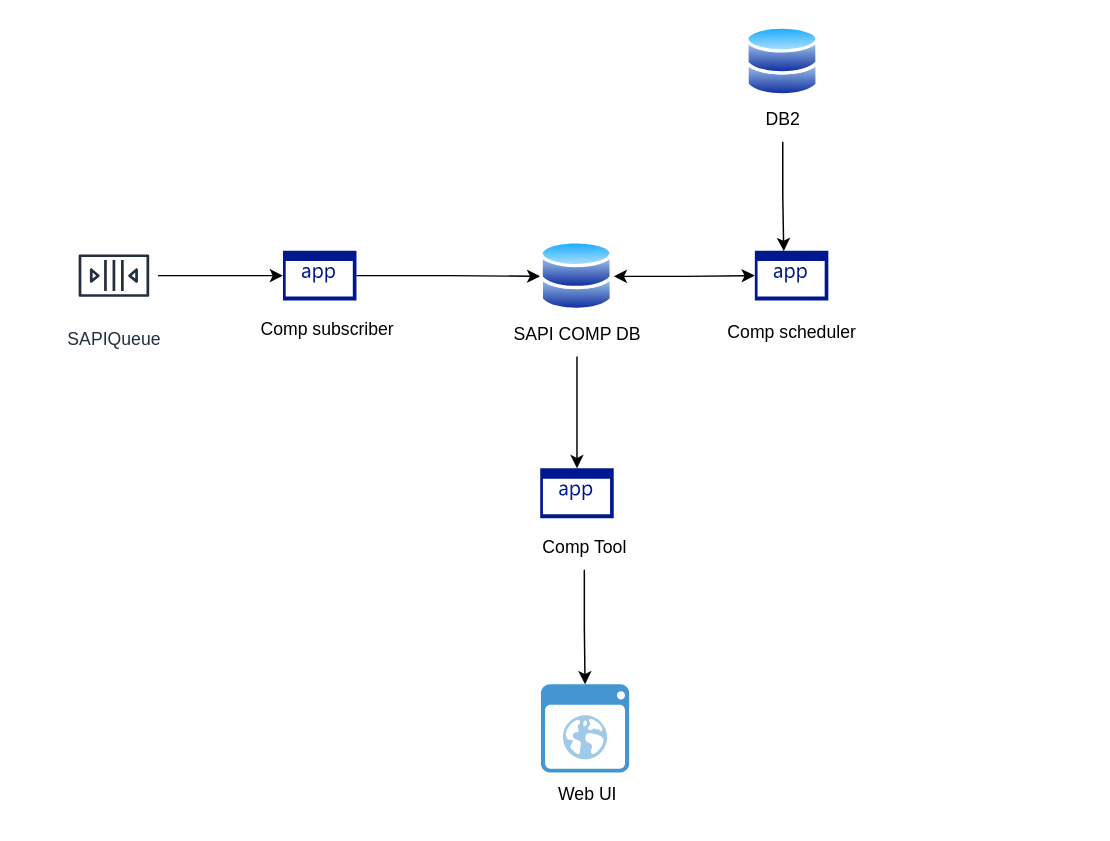
The draw.io diagram project2/CompTool.drawio in sachinborse/flow-diagrams, before the edit. Source tidied: cells renumbered, new cells numbered last; positions are measured from the earlier drawing's top-left corner, leaving out a move shared by most shapes. Both pictures are drawn from the tidied source at 147%, with x=0, y=0 at pixel (69, 25).
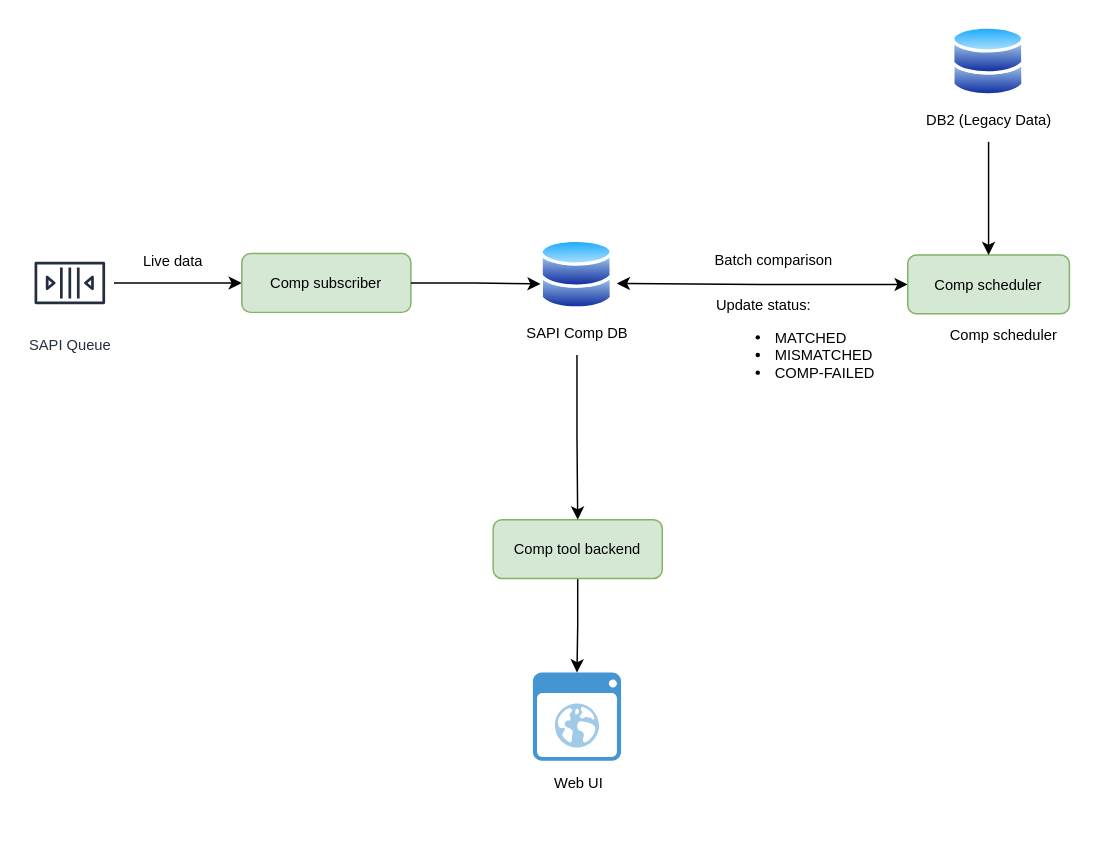
The same page after the edit.

The edit, as a diff of the source:
```diff
@@
-    <mxCell id="2" style="edgeStyle=orthogonalEdgeStyle;rounded=0;jettySize=auto;html=1;" parent="1" edge="1" source="3" target="16">
-      <mxGeometry relative="1" as="geometry" />
-    </mxCell>
+    <mxCell id="28" style="edgeStyle=orthogonalEdgeStyle;rounded=0;jettySize=auto;html=1;fontSize=10;" parent="1" edge="1" source="3" target="17">
+      <mxGeometry relative="1" as="geometry" />
+    </mxCell>
-    <mxCell id="3" value="SAPIQueue" style="sketch=0;outlineConnect=0;fontColor=#232F3E;gradientColor=none;strokeColor=#232F3E;fillColor=#ffffff;dashed=0;verticalLabelPosition=bottom;verticalAlign=top;align=center;html=1;fontSize=12;fontStyle=0;shape=mxgraph.aws4.resourceIcon;resIcon=mxgraph.aws4.queue;" parent="1" vertex="1">
-      <mxGeometry y="140" width="60" height="60" as="geometry" />
+    <mxCell id="3" value="SAPI Queue" style="sketch=0;outlineConnect=0;fontColor=#232F3E;gradientColor=none;strokeColor=#232F3E;fillColor=#ffffff;dashed=0;verticalLabelPosition=bottom;verticalAlign=top;align=center;html=1;fontSize=10;fontStyle=0;shape=mxgraph.aws4.resourceIcon;resIcon=mxgraph.aws4.queue;" parent="1" vertex="1">
+      <mxGeometry x="-30" y="145" width="60" height="60" as="geometry" />
     </mxCell>
-    <mxCell id="4" style="group;" parent="1" vertex="1">
-      <mxGeometry x="460" width="50" height="79" as="geometry" />
+    <mxCell id="4" style="group;fontSize=10;" parent="1" vertex="1">
+      <mxGeometry x="600" width="90" height="79" as="geometry" />
     </mxCell>
-    <mxCell id="5" style="image;perimeter=ellipsePerimeter;html=1;align=center;shadow=0;dashed=0;spacingTop=3;image=img/lib/active_directory/databases.svg;" parent="4" vertex="1">
+    <mxCell id="5" style="image;perimeter=ellipsePerimeter;html=1;align=center;shadow=0;dashed=0;spacingTop=3;image=img/lib/active_directory/databases.svg;fontSize=10;" parent="4" vertex="1">
       <mxGeometry width="50" height="49" as="geometry" />
     </mxCell>
-    <mxCell id="6" value="DB2" style="text;html=1;align=center;verticalAlign=middle;points=[];strokeColor=none;fillColor=none;" parent="4" vertex="1">
-      <mxGeometry y="49" width="50" height="30" as="geometry" />
+    <mxCell id="6" value="DB2 (Legacy Data)" style="text;html=1;align=center;verticalAlign=middle;points=[];strokeColor=none;fillColor=none;fontSize=10;" parent="4" vertex="1">
+      <mxGeometry x="-30" y="49" width="110" height="30" as="geometry" />
     </mxCell>
-    <mxCell id="7" style="edgeStyle=orthogonalEdgeStyle;rounded=0;jettySize=auto;html=1;" parent="1" edge="1" source="16" target="9">
-      <mxGeometry relative="1" as="geometry" />
-    </mxCell>
-    <mxCell id="8" style="group;" parent="1" vertex="1">
-      <mxGeometry x="310" y="146" width="90" height="79" as="geometry" />
+    <mxCell id="8" style="group;fontSize=10;" parent="1" vertex="1">
+      <mxGeometry x="310" y="145" width="90" height="79" as="geometry" />
     </mxCell>
-    <mxCell id="9" style="image;perimeter=ellipsePerimeter;html=1;align=center;shadow=0;dashed=0;spacingTop=3;image=img/lib/active_directory/databases.svg;" parent="8" vertex="1">
+    <mxCell id="9" style="image;perimeter=ellipsePerimeter;html=1;align=center;shadow=0;dashed=0;spacingTop=3;image=img/lib/active_directory/databases.svg;fontSize=10;" parent="8" vertex="1">
       <mxGeometry x="10" width="50" height="49" as="geometry" />
     </mxCell>
-    <mxCell id="10" value="SAPI COMP DB" style="text;html=1;align=center;verticalAlign=middle;points=[];strokeColor=none;fillColor=none;" parent="8" vertex="1">
-      <mxGeometry x="-20" y="49" width="110" height="30" as="geometry" />
+    <mxCell id="10" value="SAPI Comp DB" style="text;html=1;align=center;verticalAlign=middle;points=[];strokeColor=none;fillColor=none;fontSize=10;" parent="8" vertex="1">
+      <mxGeometry x="-10" y="49" width="90" height="30" as="geometry" />
     </mxCell>
-    <mxCell id="11" style="group;" parent="1" vertex="1">
-      <mxGeometry x="436" y="153" width="110" height="71" as="geometry" />
-    </mxCell>
-    <mxCell id="12" style="group;" parent="11" vertex="1">
-      <mxGeometry width="110" height="71" as="geometry" />
-    </mxCell>
-    <mxCell id="13" style="sketch=0;shadow=0;dashed=0;html=1;strokeColor=none;labelPosition=center;verticalLabelPosition=bottom;verticalAlign=top;align=center;fillColor=#00188D;shape=mxgraph.mscae.enterprise.application;" parent="12" vertex="1">
-      <mxGeometry x="30" width="50" height="34" as="geometry" />
-    </mxCell>
-    <mxCell id="14" value="Comp scheduler" style="text;html=1;align=center;verticalAlign=middle;strokeColor=none;fillColor=none;" parent="12" vertex="1">
-      <mxGeometry y="41" width="110" height="30" as="geometry" />
-    </mxCell>
-    <mxCell id="15" style="group;" parent="1" vertex="1">
-      <mxGeometry x="120" y="153" width="110" height="69" as="geometry" />
-    </mxCell>
-    <mxCell id="16" style="sketch=0;shadow=0;dashed=0;html=1;strokeColor=none;labelPosition=center;verticalLabelPosition=bottom;verticalAlign=top;align=center;fillColor=#00188D;shape=mxgraph.mscae.enterprise.application;" parent="15" vertex="1">
-      <mxGeometry x="25" width="50" height="34" as="geometry" />
-    </mxCell>
-    <mxCell id="17" value="Comp subscriber" style="text;html=1;align=center;verticalAlign=middle;points=[];strokeColor=none;fillColor=none;" parent="15" vertex="1">
-      <mxGeometry y="39" width="110" height="30" as="geometry" />
-    </mxCell>
-    <mxCell id="18" style="edgeStyle=orthogonalEdgeStyle;rounded=0;jettySize=auto;html=1;entryX=0;entryY=0.5;entryDx=0;entryDy=0;entryPerimeter=0;startArrow=classic;startFill=1;" parent="1" edge="1" source="9" target="13">
-      <mxGeometry relative="1" as="geometry" />
-    </mxCell>
-    <mxCell id="19" style="edgeStyle=orthogonalEdgeStyle;rounded=0;jettySize=auto;html=1;entryX=0.393;entryY=0.01;entryDx=0;entryDy=0;entryPerimeter=0;" parent="1" edge="1" source="6" target="13">
-      <mxGeometry relative="1" as="geometry" />
-    </mxCell>
-    <mxCell id="20" style="group;" parent="1" vertex="1">
-      <mxGeometry x="320.5" y="448" width="61" height="90" as="geometry" />
+    <mxCell id="20" style="group;fontSize=10;" parent="1" vertex="1">
+      <mxGeometry x="315" y="440" width="61" height="90" as="geometry" />
     </mxCell>
-    <mxCell id="21" style="shadow=0;dashed=0;html=1;strokeColor=none;fillColor=#4495D1;labelPosition=center;verticalLabelPosition=bottom;verticalAlign=top;align=center;outlineConnect=0;shape=mxgraph.veeam.2d.web_ui;" parent="20" vertex="1">
+    <mxCell id="21" style="shadow=0;dashed=0;html=1;strokeColor=none;fillColor=#4495D1;labelPosition=center;verticalLabelPosition=bottom;verticalAlign=top;align=center;outlineConnect=0;shape=mxgraph.veeam.2d.web_ui;fontSize=10;" parent="20" vertex="1">
       <mxGeometry width="60" height="60" as="geometry" />
     </mxCell>
-    <mxCell id="22" value="Web UI" style="text;html=1;align=center;verticalAlign=middle;strokeColor=none;fillColor=none;" parent="20" vertex="1">
+    <mxCell id="22" value="Web UI" style="text;html=1;align=center;verticalAlign=middle;strokeColor=none;fillColor=none;fontSize=10;" parent="20" vertex="1">
       <mxGeometry x="1" y="60" width="60" height="30" as="geometry" />
     </mxCell>
-    <mxCell id="23" style="group;" parent="1" vertex="1">
-      <mxGeometry x="295" y="301" width="110" height="69" as="geometry" />
-    </mxCell>
-    <mxCell id="24" style="sketch=0;shadow=0;dashed=0;html=1;strokeColor=none;labelPosition=center;verticalLabelPosition=bottom;verticalAlign=top;align=center;fillColor=#00188D;shape=mxgraph.mscae.enterprise.application;" parent="23" vertex="1">
-      <mxGeometry x="25" width="50" height="34" as="geometry" />
-    </mxCell>
-    <mxCell id="25" value="Comp Tool" style="text;html=1;align=center;verticalAlign=middle;points=[];strokeColor=none;fillColor=none;" parent="23" vertex="1">
-      <mxGeometry x="15" y="39" width="80" height="30" as="geometry" />
-    </mxCell>
-    <mxCell id="26" style="edgeStyle=orthogonalEdgeStyle;rounded=0;jettySize=auto;html=1;" parent="1" edge="1" source="25" target="21">
-      <mxGeometry relative="1" as="geometry" />
-    </mxCell>
-    <mxCell id="27" style="edgeStyle=orthogonalEdgeStyle;rounded=0;jettySize=auto;html=1;entryX=0.5;entryY=0;entryDx=0;entryDy=0;entryPerimeter=0;" parent="1" edge="1" source="10" target="24">
-      <mxGeometry relative="1" as="geometry" />
-    </mxCell>
+    <mxCell id="14" value="Comp scheduler" style="text;html=1;align=center;verticalAlign=middle;strokeColor=none;fillColor=none;fontSize=10;" parent="1" vertex="1">
+      <mxGeometry x="585" y="195" width="100" height="30" as="geometry" />
+    </mxCell>
+    <mxCell id="29" value="Live data" style="text;html=1;align=center;verticalAlign=middle;strokeColor=none;fillColor=none;fontSize=10;" parent="1" vertex="1">
+      <mxGeometry x="40" y="145" width="60" height="30" as="geometry" />
+    </mxCell>
+    <mxCell id="30" value="Batch comparison&amp;nbsp;" style="text;html=1;align=center;verticalAlign=middle;strokeColor=none;fillColor=none;fontSize=10;" parent="1" vertex="1">
+      <mxGeometry x="425" y="144" width="110" height="30" as="geometry" />
+    </mxCell>
+    <mxCell id="31" value="&lt;font style=&quot;font-size: 10px;&quot;&gt;Update status: &lt;br style=&quot;font-size: 10px;&quot;&gt;&lt;/font&gt;&lt;blockquote style=&quot;margin: 0px 0px 0px 40px; border: none; padding: 0px; font-size: 10px;&quot;&gt;&lt;/blockquote&gt;&lt;ul style=&quot;font-size: 10px;&quot;&gt;&lt;li style=&quot;font-size: 10px;&quot;&gt;&lt;span style=&quot;background-color: initial; font-size: 10px;&quot;&gt;MATCHED&lt;/span&gt;&lt;/li&gt;&lt;li style=&quot;font-size: 10px;&quot;&gt;&lt;span style=&quot;background-color: initial; font-size: 10px;&quot;&gt;MISMATCHED&lt;/span&gt;&lt;/li&gt;&lt;li style=&quot;font-size: 10px;&quot;&gt;&lt;font style=&quot;font-size: 10px;&quot;&gt;&lt;span style=&quot;background-color: initial; font-size: 10px;&quot;&gt;COMP-FAILED&lt;/span&gt;&lt;/font&gt;&lt;/li&gt;&lt;/ul&gt;&lt;blockquote style=&quot;margin: 0px 0px 0px 40px; border: none; padding: 0px; font-size: 10px;&quot;&gt;&lt;/blockquote&gt;" style="text;html=1;align=left;verticalAlign=middle;strokeColor=none;fillColor=none;fontSize=10;" parent="1" vertex="1">
+      <mxGeometry x="438" y="178" width="130" height="80" as="geometry" />
+    </mxCell>
+    <mxCell id="17" value="Comp subscriber" style="rounded=1;whiteSpace=wrap;html=1;fillColor=#d5e8d4;strokeColor=#82b366;fontSize=10;" parent="1" vertex="1">
+      <mxGeometry x="117" y="155" width="115" height="40" as="geometry" />
+    </mxCell>
+    <mxCell id="32" style="edgeStyle=orthogonalEdgeStyle;rounded=0;jettySize=auto;html=1;entryX=1.041;entryY=0.618;entryDx=0;entryDy=0;entryPerimeter=0;startArrow=classic;startFill=1;" parent="1" edge="1" source="33" target="9">
+      <mxGeometry relative="1" as="geometry" />
+    </mxCell>
+    <mxCell id="33" value="Comp scheduler" style="rounded=1;whiteSpace=wrap;html=1;fillColor=#d5e8d4;strokeColor=#82b366;fontSize=10;" parent="1" vertex="1">
+      <mxGeometry x="570" y="156" width="110" height="40" as="geometry" />
+    </mxCell>
+    <mxCell id="34" style="edgeStyle=orthogonalEdgeStyle;rounded=0;jettySize=auto;html=1;entryX=0.006;entryY=0.626;entryDx=0;entryDy=0;entryPerimeter=0;fontSize=10;" parent="1" edge="1" source="17" target="9">
+      <mxGeometry relative="1" as="geometry" />
+    </mxCell>
+    <mxCell id="35" style="edgeStyle=orthogonalEdgeStyle;rounded=0;jettySize=auto;html=1;entryX=0.5;entryY=0;entryDx=0;entryDy=0;" parent="1" edge="1" source="6" target="33">
+      <mxGeometry relative="1" as="geometry" />
+    </mxCell>
+    <mxCell id="36" style="edgeStyle=orthogonalEdgeStyle;rounded=0;jettySize=auto;html=1;" parent="1" edge="1" source="37" target="21">
+      <mxGeometry relative="1" as="geometry" />
+    </mxCell>
+    <mxCell id="37" value="Comp tool backend" style="rounded=1;whiteSpace=wrap;html=1;fillColor=#d5e8d4;strokeColor=#82b366;fontSize=10;" parent="1" vertex="1">
+      <mxGeometry x="288" y="336" width="115" height="40" as="geometry" />
+    </mxCell>
+    <mxCell id="38" style="edgeStyle=orthogonalEdgeStyle;rounded=0;jettySize=auto;html=1;" parent="1" edge="1" source="10" target="37">
+      <mxGeometry relative="1" as="geometry" />
+    </mxCell>
```
